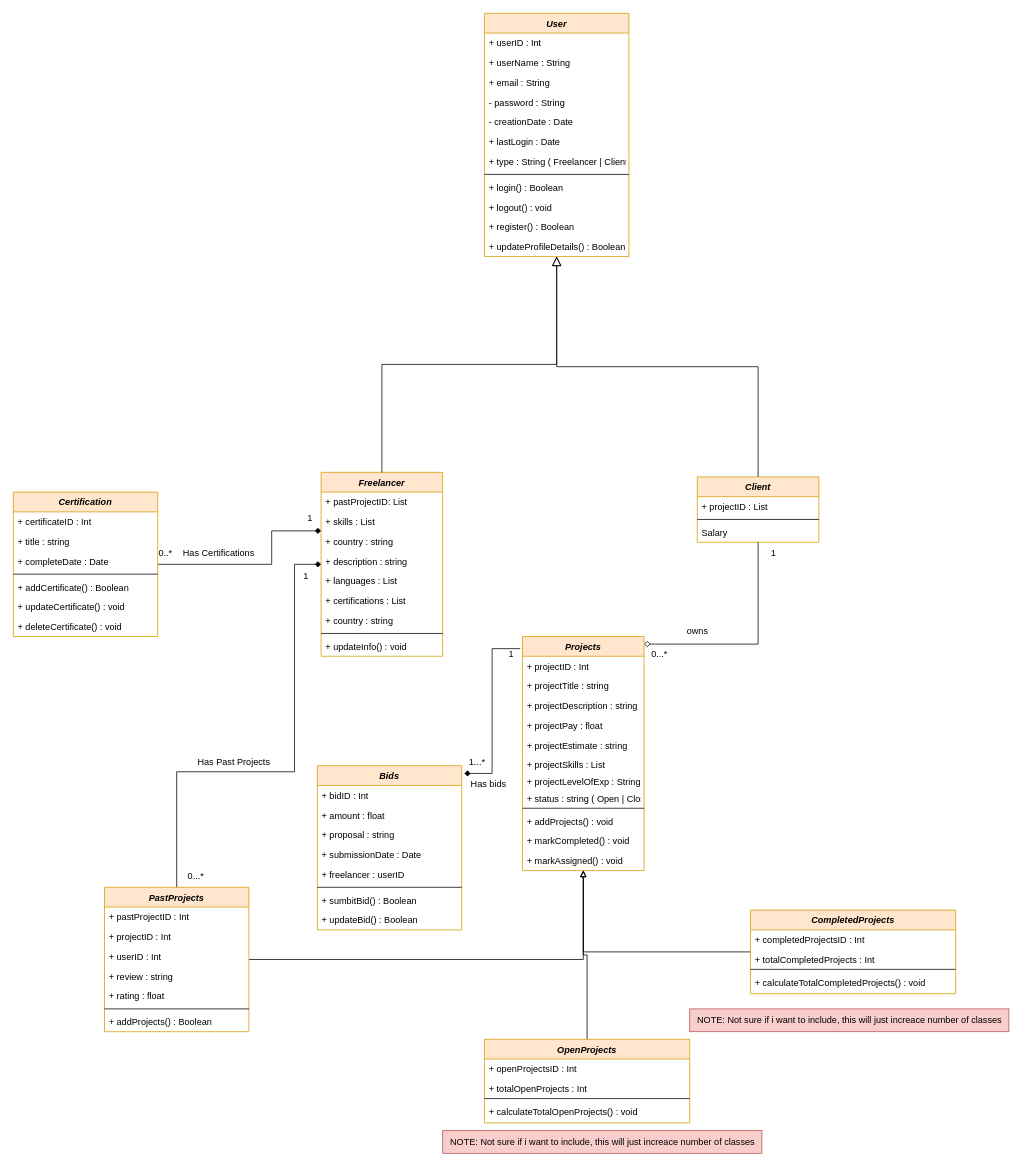
The draw.io diagram Task 1 Assignment Class Diagram.drawio in Abood2284/College_UML_diagram, before the edit. Source tidied: cells renumbered, new cells numbered last; positions are measured from the earlier drawing's top-left corner, leaving out a move shared by most shapes. Both pictures are drawn from the tidied source at 76%, with x=0, y=0 at pixel (13, 13).
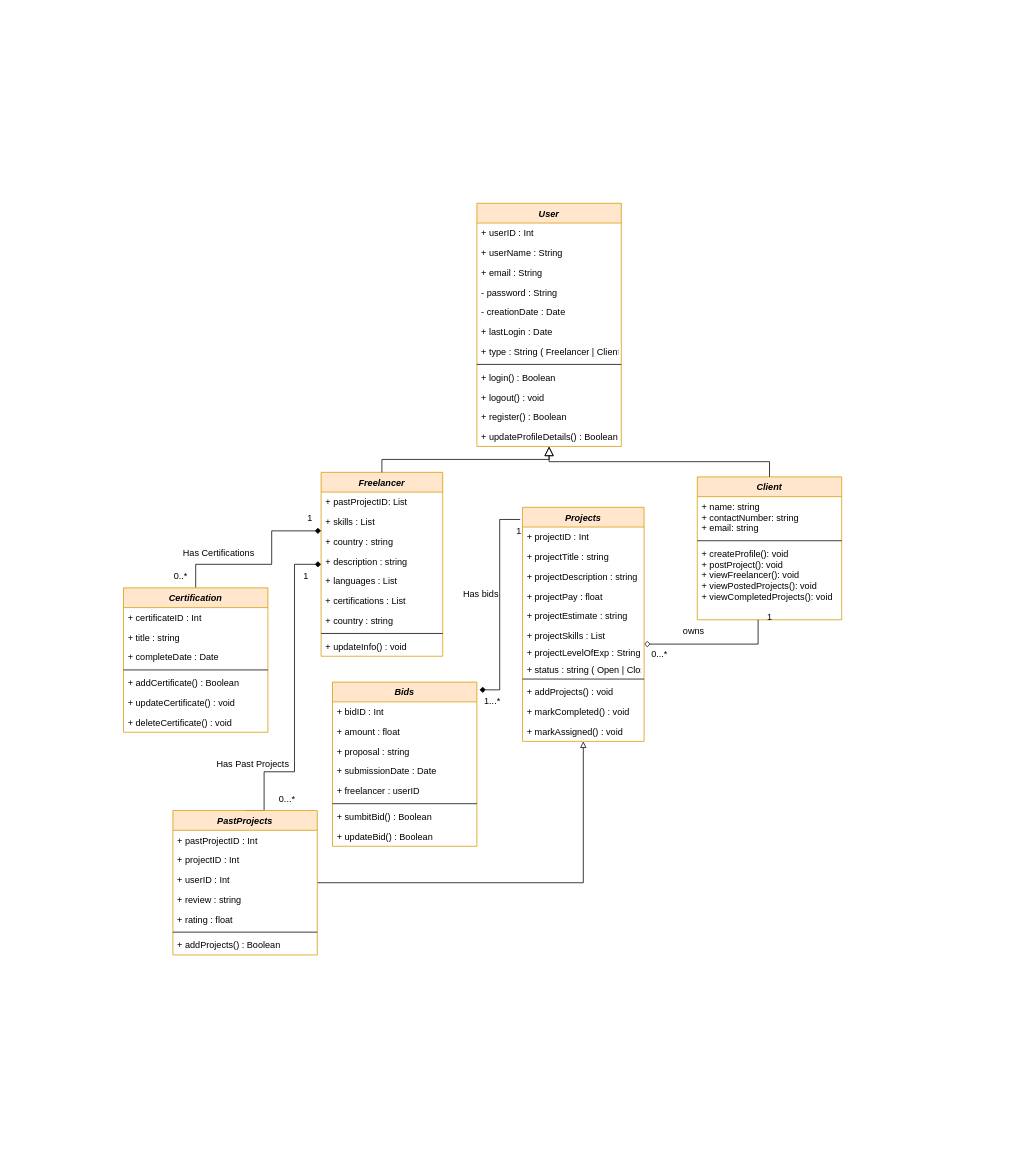
The same diagram, later.

The change refers to these unchanged cells:
```xml
<mxCell id="15" value="Freelancer" style="swimlane;fontStyle=3;align=center;verticalAlign=top;horizontal=1;startSize=26;rounded=0;shadow=0;strokeWidth=1;fillColor=#ffe6cc;strokeColor=#d79b00;" parent="1" vertex="1">
  <mxGeometry x="405" y="604" width="160" height="242" as="geometry" />
</mxCell>
```

What changed in the source:
```diff
@@
     <mxCell id="2" value="User" style="swimlane;fontStyle=3;align=center;verticalAlign=top;horizontal=1;startSize=26;rounded=0;shadow=0;strokeWidth=1;fillColor=#ffe6cc;strokeColor=#d79b00;" parent="1" vertex="1">
-      <mxGeometry x="620" width="190" height="320" as="geometry" />
+      <mxGeometry x="610" y="250" width="190" height="320" as="geometry" />
     </mxCell>
@@
     <mxCell id="26" value="Client" style="swimlane;fontStyle=3;align=center;verticalAlign=top;horizontal=1;startSize=26;rounded=0;shadow=0;strokeWidth=1;fillColor=#ffe6cc;strokeColor=#d79b00;" parent="1" vertex="1">
-      <mxGeometry x="900" y="610" width="160" height="86" as="geometry" />
+      <mxGeometry x="900" y="610" width="190" height="188" as="geometry" />
     </mxCell>
-    <mxCell id="27" value="+ projectID : List" style="text;align=left;verticalAlign=top;spacingLeft=4;spacingRight=4;overflow=hidden;" parent="26" vertex="1">
-      <mxGeometry y="26" width="160" height="26" as="geometry" />
+    <mxCell id="27" value="+ name: string&#10;+ contactNumber: string&#10;+ email: string" style="text;align=left;verticalAlign=top;spacingLeft=4;spacingRight=4;overflow=hidden;" parent="26" vertex="1">
+      <mxGeometry y="26" width="190" height="54" as="geometry" />
     </mxCell>
     <mxCell id="28" style="line;html=1;strokeWidth=1;align=left;verticalAlign=middle;spacingTop=-1;spacingLeft=3;spacingRight=3;labelPosition=right;" parent="26" vertex="1">
-      <mxGeometry y="52" width="160" height="8" as="geometry" />
+      <mxGeometry y="80" width="190" height="8" as="geometry" />
     </mxCell>
-    <mxCell id="29" value="Salary" style="text;align=left;verticalAlign=top;spacingLeft=4;spacingRight=4;overflow=hidden;" parent="26" vertex="1">
-      <mxGeometry y="60" width="160" height="26" as="geometry" />
-    </mxCell>
+    <mxCell id="100" value="+ createProfile(): void&#10;+ postProject(): void&#10;+ viewFreelancer(): void&#10;+ viewPostedProjects(): void&#10;+ viewCompletedProjects(): void" style="text;align=left;verticalAlign=top;spacingLeft=4;spacingRight=4;overflow=hidden;" parent="26" vertex="1">
+      <mxGeometry y="88" width="190" height="80" as="geometry" />
+    </mxCell>
@@
     <mxCell id="32" value="Certification" style="swimlane;fontStyle=3;align=center;verticalAlign=top;horizontal=1;startSize=26;rounded=0;shadow=0;strokeWidth=1;fillColor=#ffe6cc;strokeColor=#d79b00;" parent="1" vertex="1">
-      <mxGeometry y="630" width="190" height="190" as="geometry" />
+      <mxGeometry x="145" y="756" width="190" height="190" as="geometry" />
     </mxCell>
@@
     <mxCell id="41" style="edgeStyle=orthogonalEdgeStyle;rounded=0;jettySize=auto;html=1;exitX=0.5;exitY=0;exitDx=0;exitDy=0;endArrow=diamond;endFill=1;" parent="1" edge="1" source="42" target="15">
       <mxGeometry relative="1" as="geometry">
         <Array as="points">
-          <mxPoint x="215" y="998" />
+          <mxPoint x="330" y="1049" />
+          <mxPoint x="330" y="998" />
           <mxPoint x="370" y="998" />
           <mxPoint x="370" y="725" />
         </Array>
       </mxGeometry>
     </mxCell>
     <mxCell id="42" value="PastProjects" style="swimlane;fontStyle=3;align=center;verticalAlign=top;horizontal=1;startSize=26;rounded=0;shadow=0;strokeWidth=1;fillColor=#ffe6cc;strokeColor=#d79b00;" parent="1" vertex="1">
-      <mxGeometry x="120" y="1150" width="190" height="190" as="geometry" />
+      <mxGeometry x="210" y="1049" width="190" height="190" as="geometry" />
     </mxCell>
@@
-    <mxCell id="50" style="edgeStyle=orthogonalEdgeStyle;rounded=0;jettySize=auto;html=1;endArrow=block;endFill=0;" parent="1" edge="1" source="51" target="57">
-      <mxGeometry relative="1" as="geometry" />
-    </mxCell>
-    <mxCell id="51" value="OpenProjects" style="swimlane;fontStyle=3;align=center;verticalAlign=top;horizontal=1;startSize=26;rounded=0;shadow=0;strokeWidth=1;fillColor=#ffe6cc;strokeColor=#d79b00;" parent="1" vertex="1">
-      <mxGeometry x="620" y="1350" width="270" height="110" as="geometry" />
-    </mxCell>
-    <mxCell id="52" value="+ openProjectsID : Int" style="text;align=left;verticalAlign=top;spacingLeft=4;spacingRight=4;overflow=hidden;" parent="51" vertex="1">
-      <mxGeometry y="26" width="270" height="26" as="geometry" />
-    </mxCell>
-    <mxCell id="53" value="+ totalOpenProjects : Int" style="text;align=left;verticalAlign=top;spacingLeft=4;spacingRight=4;overflow=hidden;" parent="51" vertex="1">
-      <mxGeometry y="52" width="270" height="22" as="geometry" />
-    </mxCell>
-    <mxCell id="54" style="line;html=1;strokeWidth=1;align=left;verticalAlign=middle;spacingTop=-1;spacingLeft=3;spacingRight=3;labelPosition=right;" parent="51" vertex="1">
-      <mxGeometry y="74" width="270" height="8" as="geometry" />
-    </mxCell>
-    <mxCell id="55" value="+ calculateTotalOpenProjects() : void" style="text;align=left;verticalAlign=top;spacingLeft=4;spacingRight=4;overflow=hidden;" parent="51" vertex="1">
-      <mxGeometry y="82" width="270" height="28" as="geometry" />
-    </mxCell>
@@
     <mxCell id="57" value="Projects" style="swimlane;fontStyle=3;align=center;verticalAlign=top;horizontal=1;startSize=26;rounded=0;shadow=0;strokeWidth=1;fillColor=#ffe6cc;strokeColor=#d79b00;" parent="1" vertex="1">
-      <mxGeometry x="670" y="820" width="160" height="308" as="geometry" />
+      <mxGeometry x="670" y="650" width="160" height="308" as="geometry" />
     </mxCell>
@@
-    <mxCell id="70" style="edgeStyle=orthogonalEdgeStyle;rounded=0;jettySize=auto;html=1;endArrow=block;endFill=0;" parent="1" edge="1" source="71" target="57">
-      <mxGeometry relative="1" as="geometry" />
-    </mxCell>
-    <mxCell id="71" value="CompletedProjects" style="swimlane;fontStyle=3;align=center;verticalAlign=top;horizontal=1;startSize=26;rounded=0;shadow=0;strokeWidth=1;fillColor=#ffe6cc;strokeColor=#d79b00;" parent="1" vertex="1">
-      <mxGeometry x="970" y="1180" width="270" height="110" as="geometry" />
-    </mxCell>
-    <mxCell id="72" value="+ completedProjectsID : Int" style="text;align=left;verticalAlign=top;spacingLeft=4;spacingRight=4;overflow=hidden;" parent="71" vertex="1">
-      <mxGeometry y="26" width="270" height="26" as="geometry" />
-    </mxCell>
-    <mxCell id="73" value="+ totalCompletedProjects : Int" style="text;align=left;verticalAlign=top;spacingLeft=4;spacingRight=4;overflow=hidden;" parent="71" vertex="1">
-      <mxGeometry y="52" width="270" height="22" as="geometry" />
-    </mxCell>
-    <mxCell id="74" style="line;html=1;strokeWidth=1;align=left;verticalAlign=middle;spacingTop=-1;spacingLeft=3;spacingRight=3;labelPosition=right;" parent="71" vertex="1">
-      <mxGeometry y="74" width="270" height="8" as="geometry" />
-    </mxCell>
-    <mxCell id="75" value="+ calculateTotalCompletedProjects() : void" style="text;align=left;verticalAlign=top;spacingLeft=4;spacingRight=4;overflow=hidden;" parent="71" vertex="1">
-      <mxGeometry y="82" width="270" height="28" as="geometry" />
-    </mxCell>
     <mxCell id="76" value="0..*" style="text;html=1;align=center;verticalAlign=middle;strokeColor=none;fillColor=none;" parent="1" vertex="1">
-      <mxGeometry x="180" y="696" width="40" height="30" as="geometry" />
+      <mxGeometry x="200" y="726" width="40" height="30" as="geometry" />
     </mxCell>
@@
     <mxCell id="79" value="Bids" style="swimlane;fontStyle=3;align=center;verticalAlign=top;horizontal=1;startSize=26;rounded=0;shadow=0;strokeWidth=1;fillColor=#ffe6cc;strokeColor=#d79b00;" parent="1" vertex="1">
-      <mxGeometry x="400" y="990" width="190" height="216" as="geometry" />
+      <mxGeometry x="420" y="880" width="190" height="216" as="geometry" />
     </mxCell>
@@
     <mxCell id="89" value="1" style="text;html=1;align=center;verticalAlign=middle;strokeColor=none;fillColor=none;" parent="1" vertex="1">
-      <mxGeometry x="640" y="828" width="30" height="30" as="geometry" />
+      <mxGeometry x="650" y="666" width="30" height="30" as="geometry" />
     </mxCell>
     <mxCell id="90" value="1...*" style="text;html=1;align=center;verticalAlign=middle;strokeColor=none;fillColor=none;" parent="1" vertex="1">
-      <mxGeometry x="590" y="970" width="40" height="30" as="geometry" />
+      <mxGeometry x="610" y="890" width="40" height="30" as="geometry" />
     </mxCell>
     <mxCell id="91" value="Has bids" style="text;html=1;align=center;verticalAlign=middle;strokeColor=none;fillColor=none;" parent="1" vertex="1">
-      <mxGeometry x="590" y="1000" width="70" height="30" as="geometry" />
+      <mxGeometry x="580" y="750" width="70" height="30" as="geometry" />
     </mxCell>
-    <mxCell id="92" value="NOTE: Not sure if i want to include, this will just increace number of classes" style="text;html=1;align=center;verticalAlign=middle;strokeColor=#b85450;fillColor=#f8cecc;" parent="1" vertex="1">
-      <mxGeometry x="565" y="1470" width="420" height="30" as="geometry" />
-    </mxCell>
-    <mxCell id="93" value="NOTE: Not sure if i want to include, this will just increace number of classes" style="text;html=1;align=center;verticalAlign=middle;strokeColor=#b85450;fillColor=#f8cecc;" parent="1" vertex="1">
-      <mxGeometry x="890" y="1310" width="420" height="30" as="geometry" />
-    </mxCell>
     <mxCell id="94" value="0...*" style="text;html=1;align=center;verticalAlign=middle;strokeColor=none;fillColor=none;" parent="1" vertex="1">
-      <mxGeometry x="220" y="1120" width="40" height="30" as="geometry" />
+      <mxGeometry x="340" y="1019" width="40" height="30" as="geometry" />
     </mxCell>
@@
     <mxCell id="96" value="Has Past Projects" style="text;html=1;align=center;verticalAlign=middle;strokeColor=none;fillColor=none;" parent="1" vertex="1">
-      <mxGeometry x="230" y="970" width="120" height="30" as="geometry" />
+      <mxGeometry x="255" y="973" width="120" height="30" as="geometry" />
     </mxCell>
     <mxCell id="97" value="owns" style="text;html=1;align=center;verticalAlign=middle;strokeColor=none;fillColor=none;" parent="1" vertex="1">
-      <mxGeometry x="875" y="798" width="50" height="30" as="geometry" />
+      <mxGeometry x="870" y="798" width="50" height="30" as="geometry" />
     </mxCell>
@@
     <mxCell id="99" value="1" style="text;html=1;align=center;verticalAlign=middle;strokeColor=none;fillColor=none;" parent="1" vertex="1">
-      <mxGeometry x="985" y="696" width="30" height="30" as="geometry" />
+      <mxGeometry x="980" y="780" width="30" height="30" as="geometry" />
     </mxCell>
```
